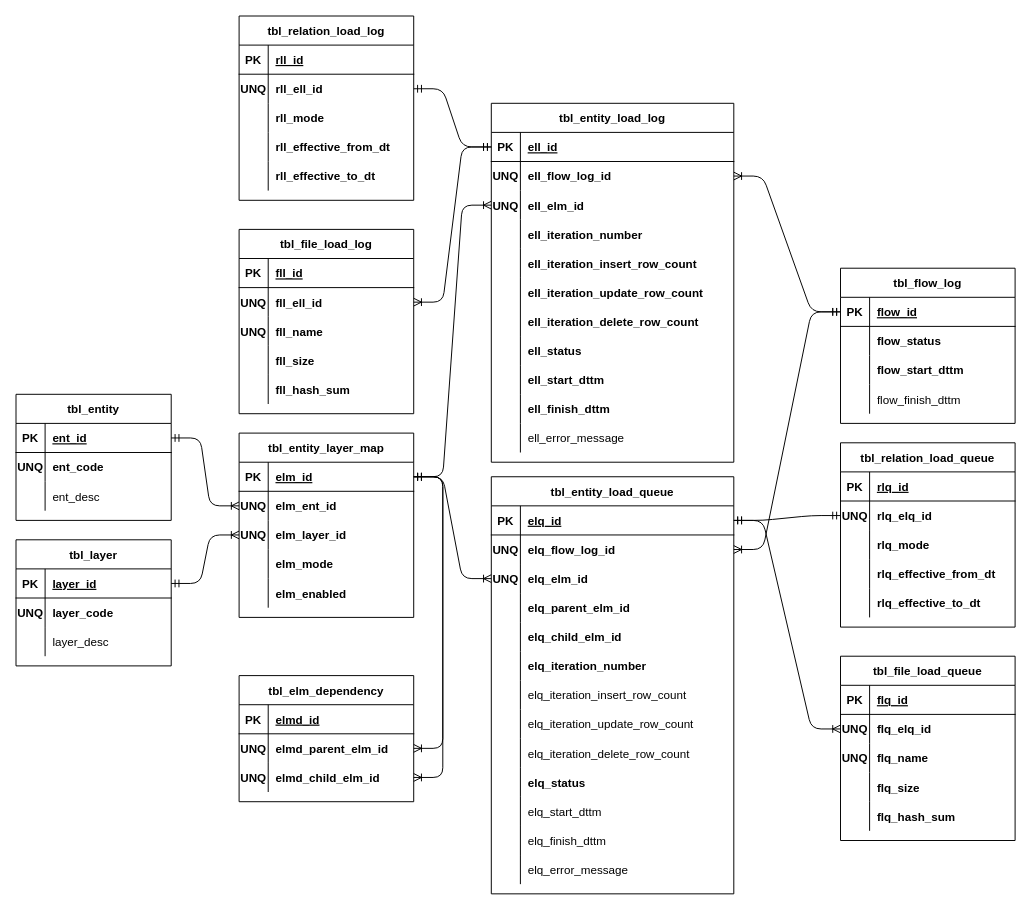
Above: diagram/erd/meta.drawio in pw095/Amanauz (draw.io), before the change. Source tidied: cells renumbered, new cells numbered last; positions are measured from the earlier drawing's top-left corner, leaving out a move shared by most shapes. Both pictures are drawn from the tidied source at 97%, with x=0, y=0 at pixel (16, 16).
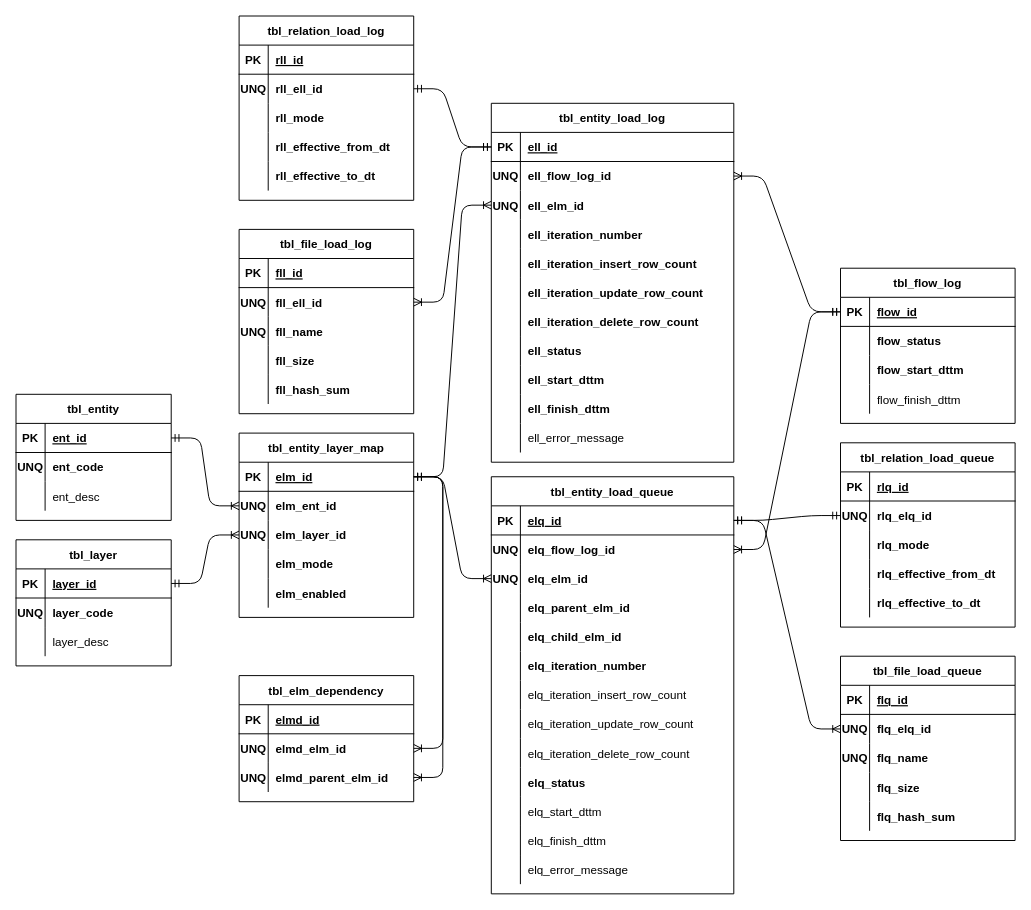
The same page after the edit.

Commit message (it also covers changes not shown here):
Исправить DDL таблицы tbl_elm_dependency

The change refers to these unchanged cells:
```xml
<mxCell id="127" style="shape=partialRectangle;fillColor=none;top=0;left=0;bottom=0;right=0;points=[[0,0.5],[1,0.5]];portConstraint=eastwest;" parent="123" vertex="1">
  <mxGeometry y="60" width="180" height="30" as="geometry" />
</mxCell>
<mxCell id="130" style="shape=partialRectangle;fillColor=none;top=0;left=0;bottom=0;right=0;points=[[0,0.5],[1,0.5]];portConstraint=eastwest;" parent="123" vertex="1">
  <mxGeometry y="90" width="180" height="30" as="geometry" />
</mxCell>
```

What changed in the source:
```diff
@@
-    <mxCell id="129" value="elmd_parent_elm_id" style="shape=partialRectangle;fillColor=none;top=0;left=0;bottom=0;right=0;align=left;spacingLeft=6;overflow=hidden;fontStyle=1;" parent="127" vertex="1">
+    <mxCell id="129" value="elmd_elm_id" style="shape=partialRectangle;fillColor=none;top=0;left=0;bottom=0;right=0;align=left;spacingLeft=6;overflow=hidden;fontStyle=1;" parent="127" vertex="1">
       <mxGeometry x="30" width="150" height="30" as="geometry" />
     </mxCell>
@@
-    <mxCell id="132" value="elmd_child_elm_id" style="shape=partialRectangle;fillColor=none;top=0;left=0;bottom=0;right=0;align=left;spacingLeft=6;overflow=hidden;fontStyle=1;" parent="130" vertex="1">
+    <mxCell id="132" value="elmd_parent_elm_id" style="shape=partialRectangle;fillColor=none;top=0;left=0;bottom=0;right=0;align=left;spacingLeft=6;overflow=hidden;fontStyle=1;" parent="130" vertex="1">
       <mxGeometry x="30" width="150" height="30" as="geometry" />
     </mxCell>
```
